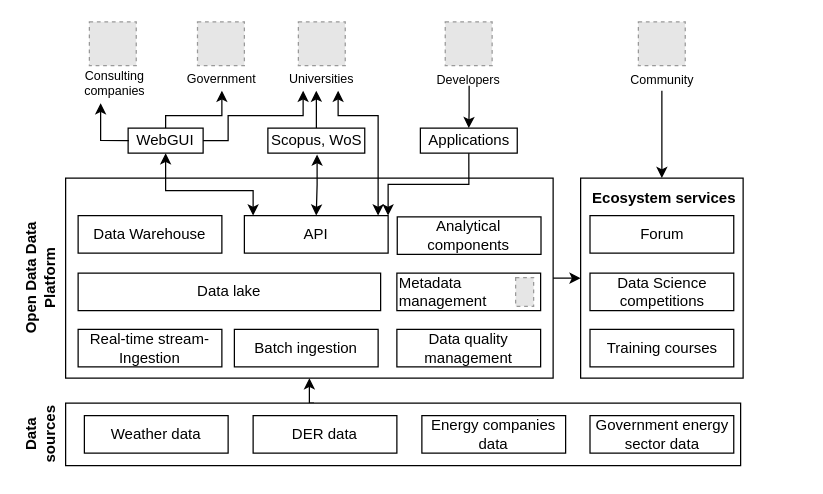
Above: page "Page-1" (1 of 2) of Open data platform architecture.drawio in Randyrofed/CMM (draw.io), before the change. Source tidied: cells renumbered, new cells numbered last; positions are measured from the earlier drawing's top-left corner, leaving out a move shared by most shapes. Both pictures are drawn from the tidied source at 125%, with x=0, y=0 at pixel (-29, 21). Pictures stored in the file or linked from it are replaced by grey dashed boxes.
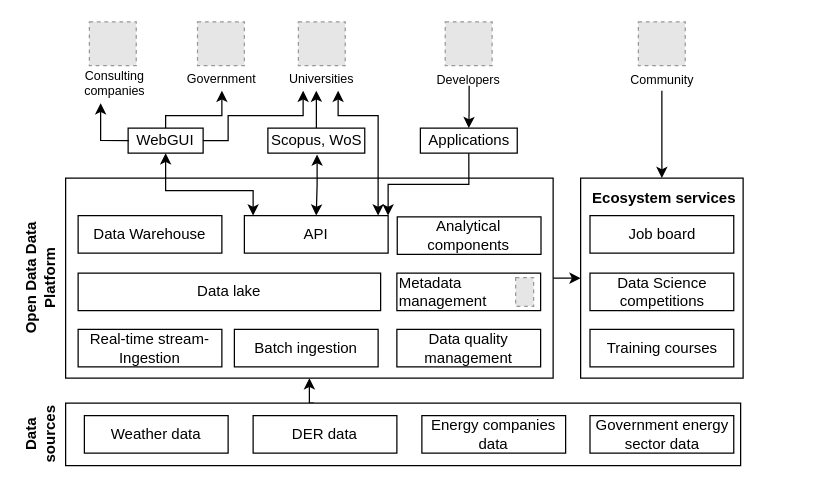
The same diagram, later.

Change to the diagram source:
```diff
@@
-    <mxCell id="25" value="Forum" style="rounded=0;whiteSpace=wrap;html=1;" parent="1" vertex="1">
+    <mxCell id="25" value="Job board" style="rounded=0;whiteSpace=wrap;html=1;" parent="1" vertex="1">
       <mxGeometry x="494.5" y="155" width="115" height="30" as="geometry" />
     </mxCell>
```
